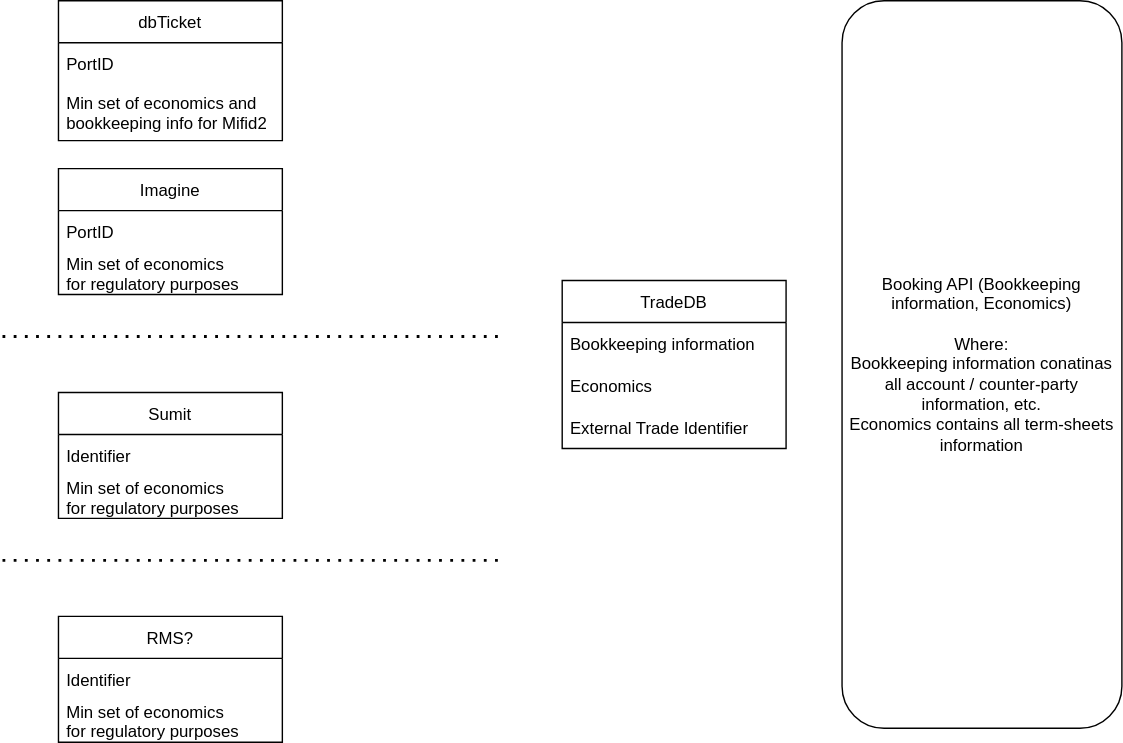
Before: Booking path.svg, a diagram exported from draw.io (Genst/Architecture). Source tidied: cells renumbered, new cells last; positions are measured from the earlier drawing's top-left corner, leaving out a move shared by most shapes. Source of this version:
```xml
<mxGraphModel>
  <root>
    <mxCell id="0" />
    <mxCell id="1" parent="0" />
    <mxCell id="2" value="Booking API (Bookkeeping information, Economics)&lt;br&gt;&lt;br&gt;Where:&lt;br&gt;Bookkeeping information conatinas all account / counter-party information, etc.&lt;br&gt;Economics contains all term-sheets information" style="rounded=1;whiteSpace=wrap;html=1;" parent="1" vertex="1">
      <mxGeometry x="600" width="200" height="520" as="geometry" />
    </mxCell>
    <mxCell id="3" value="TradeDB" style="swimlane;fontStyle=0;horizontal=1;startSize=30;" parent="1" vertex="1">
      <mxGeometry x="400" y="200" width="160" height="120" as="geometry" />
    </mxCell>
    <mxCell id="4" value="Bookkeeping information" style="text;strokeColor=none;fillColor=none;align=left;verticalAlign=middle;spacingLeft=4;spacingRight=4;overflow=hidden;" parent="3" vertex="1">
      <mxGeometry y="30" width="160" height="30" as="geometry" />
    </mxCell>
    <mxCell id="5" value="Economics" style="text;strokeColor=none;fillColor=none;align=left;verticalAlign=middle;spacingLeft=4;spacingRight=4;overflow=hidden;" parent="3" vertex="1">
      <mxGeometry y="60" width="160" height="30" as="geometry" />
    </mxCell>
    <mxCell id="6" value="External Trade Identifier" style="text;strokeColor=none;fillColor=none;align=left;verticalAlign=middle;spacingLeft=4;spacingRight=4;overflow=hidden;" parent="3" vertex="1">
      <mxGeometry y="90" width="160" height="30" as="geometry" />
    </mxCell>
    <mxCell id="7" value="dbTicket" style="swimlane;fontStyle=0;horizontal=1;startSize=30;" parent="1" vertex="1">
      <mxGeometry x="40" width="160" height="100" as="geometry" />
    </mxCell>
    <mxCell id="8" value="PortID" style="text;strokeColor=none;fillColor=none;align=left;verticalAlign=middle;spacingLeft=4;spacingRight=4;overflow=hidden;" parent="7" vertex="1">
      <mxGeometry y="30" width="160" height="30" as="geometry" />
    </mxCell>
    <mxCell id="9" value="Min set of economics and&#10;bookkeeping info for Mifid2" style="text;strokeColor=none;fillColor=none;align=left;verticalAlign=middle;spacingLeft=4;spacingRight=4;overflow=hidden;" parent="7" vertex="1">
      <mxGeometry y="60" width="160" height="40" as="geometry" />
    </mxCell>
    <mxCell id="10" value="Imagine" style="swimlane;fontStyle=0;horizontal=1;startSize=30;" parent="1" vertex="1">
      <mxGeometry x="40" y="120" width="160" height="90" as="geometry" />
    </mxCell>
    <mxCell id="11" value="PortID" style="text;strokeColor=none;fillColor=none;align=left;verticalAlign=middle;spacingLeft=4;spacingRight=4;overflow=hidden;points=[[0,0.5],[1,0.5]];portConstraint=eastwest;" parent="10" vertex="1">
      <mxGeometry y="30" width="160" height="30" as="geometry" />
    </mxCell>
    <mxCell id="12" value="Min set of economics&#10;for regulatory purposes" style="text;strokeColor=none;fillColor=none;align=left;verticalAlign=middle;spacingLeft=4;spacingRight=4;overflow=hidden;" parent="10" vertex="1">
      <mxGeometry y="60" width="160" height="30" as="geometry" />
    </mxCell>
    <mxCell id="13" style="endArrow=none;dashed=1;html=1;dashPattern=1 3;strokeWidth=2;rounded=0;" parent="1" edge="1">
      <mxGeometry relative="1" as="geometry">
        <mxPoint y="240" as="sourcePoint" />
        <mxPoint x="360" y="240" as="targetPoint" />
      </mxGeometry>
    </mxCell>
    <mxCell id="14" value="Sumit" style="swimlane;fontStyle=0;horizontal=1;startSize=30;" parent="1" vertex="1">
      <mxGeometry x="40" y="280" width="160" height="90" as="geometry" />
    </mxCell>
    <mxCell id="15" value="Identifier" style="text;strokeColor=none;fillColor=none;align=left;verticalAlign=middle;spacingLeft=4;spacingRight=4;overflow=hidden;" parent="14" vertex="1">
      <mxGeometry y="30" width="160" height="30" as="geometry" />
    </mxCell>
    <mxCell id="16" value="Min set of economics&#10;for regulatory purposes" style="text;strokeColor=none;fillColor=none;align=left;verticalAlign=middle;spacingLeft=4;spacingRight=4;overflow=hidden;" parent="14" vertex="1">
      <mxGeometry y="60" width="160" height="30" as="geometry" />
    </mxCell>
    <mxCell id="17" style="endArrow=none;dashed=1;html=1;dashPattern=1 3;strokeWidth=2;rounded=0;" parent="1" edge="1">
      <mxGeometry relative="1" as="geometry">
        <mxPoint y="400" as="sourcePoint" />
        <mxPoint x="360" y="400" as="targetPoint" />
      </mxGeometry>
    </mxCell>
    <mxCell id="18" value="RMS?" style="swimlane;fontStyle=0;horizontal=1;startSize=30;" parent="1" vertex="1">
      <mxGeometry x="40" y="440" width="160" height="90" as="geometry" />
    </mxCell>
    <mxCell id="19" value="Identifier" style="text;strokeColor=none;fillColor=none;align=left;verticalAlign=middle;spacingLeft=4;spacingRight=4;overflow=hidden;" parent="18" vertex="1">
      <mxGeometry y="30" width="160" height="30" as="geometry" />
    </mxCell>
    <mxCell id="20" value="Min set of economics&#10;for regulatory purposes" style="text;strokeColor=none;fillColor=none;align=left;verticalAlign=middle;spacingLeft=4;spacingRight=4;overflow=hidden;" parent="18" vertex="1">
      <mxGeometry y="60" width="160" height="30" as="geometry" />
    </mxCell>
  </root>
</mxGraphModel>
```
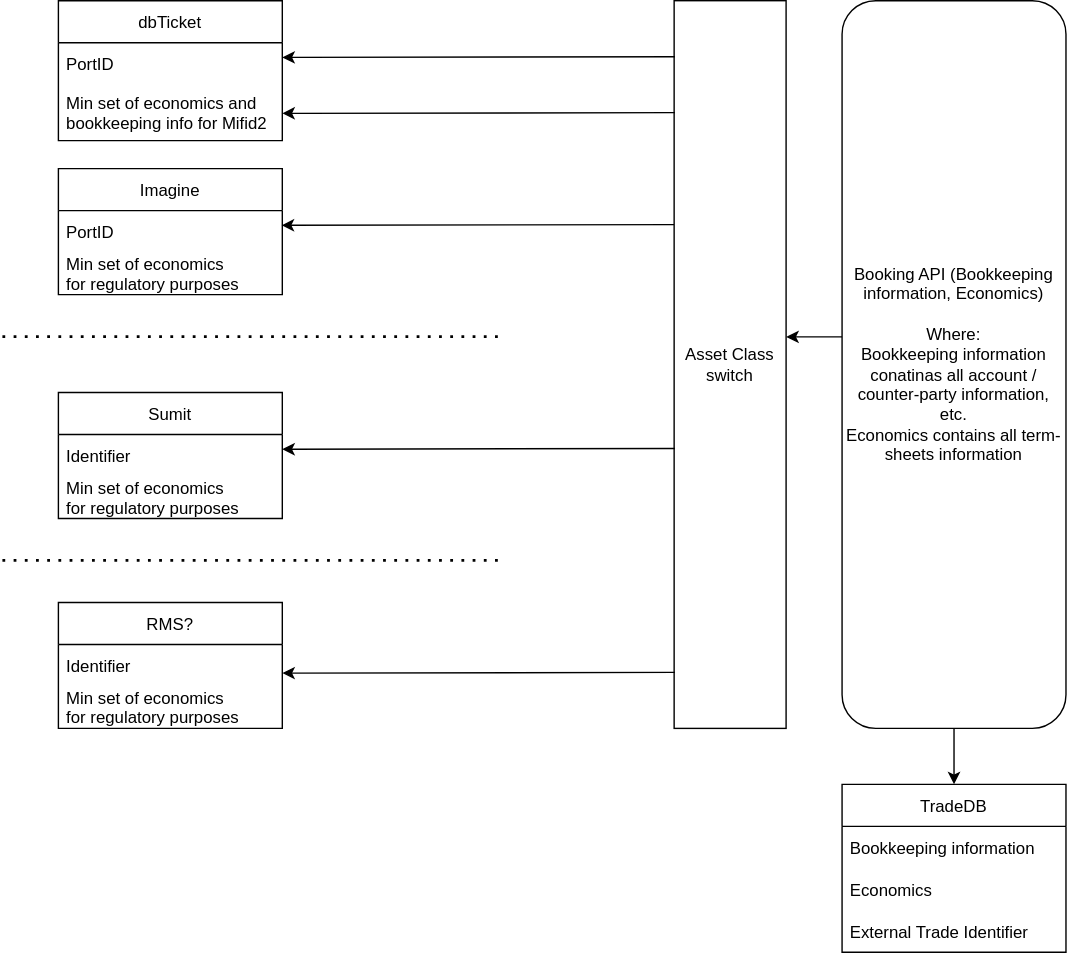
Above is the later version.

The edit, as a diff of the source:
```diff
@@ -3,10 +3,10 @@
     <mxCell id="0" />
     <mxCell id="1" parent="0" />
     <mxCell id="2" value="Booking API (Bookkeeping information, Economics)&lt;br&gt;&lt;br&gt;Where:&lt;br&gt;Bookkeeping information conatinas all account / counter-party information, etc.&lt;br&gt;Economics contains all term-sheets information" style="rounded=1;whiteSpace=wrap;html=1;" parent="1" vertex="1">
-      <mxGeometry x="600" width="200" height="520" as="geometry" />
+      <mxGeometry x="600" width="160" height="520" as="geometry" />
     </mxCell>
     <mxCell id="3" value="TradeDB" style="swimlane;fontStyle=0;horizontal=1;startSize=30;" parent="1" vertex="1">
-      <mxGeometry x="400" y="200" width="160" height="120" as="geometry" />
+      <mxGeometry x="600" y="560" width="160" height="120" as="geometry" />
     </mxCell>
     <mxCell id="4" value="Bookkeeping information" style="text;strokeColor=none;fillColor=none;align=left;verticalAlign=middle;spacingLeft=4;spacingRight=4;overflow=hidden;" parent="3" vertex="1">
       <mxGeometry y="30" width="160" height="30" as="geometry" />
@@ -57,7 +57,7 @@
       </mxGeometry>
     </mxCell>
     <mxCell id="18" value="RMS?" style="swimlane;fontStyle=0;horizontal=1;startSize=30;" parent="1" vertex="1">
-      <mxGeometry x="40" y="440" width="160" height="90" as="geometry" />
+      <mxGeometry x="40" y="430" width="160" height="90" as="geometry" />
     </mxCell>
     <mxCell id="19" value="Identifier" style="text;strokeColor=none;fillColor=none;align=left;verticalAlign=middle;spacingLeft=4;spacingRight=4;overflow=hidden;" parent="18" vertex="1">
       <mxGeometry y="30" width="160" height="30" as="geometry" />
@@ -65,5 +65,43 @@
     <mxCell id="20" value="Min set of economics&#10;for regulatory purposes" style="text;strokeColor=none;fillColor=none;align=left;verticalAlign=middle;spacingLeft=4;spacingRight=4;overflow=hidden;" parent="18" vertex="1">
       <mxGeometry y="60" width="160" height="30" as="geometry" />
     </mxCell>
+    <mxCell id="21" style="endArrow=classic;html=1;rounded=0;exitX=0.5;exitY=1;exitDx=0;exitDy=0;entryX=0.5;entryY=0;entryDx=0;entryDy=0;" parent="1" edge="1" source="2" target="3">
+      <mxGeometry relative="1" as="geometry" />
+    </mxCell>
+    <mxCell id="22" style="endArrow=classic;html=1;rounded=0;entryX=0.997;entryY=0.35;entryDx=0;entryDy=0;entryPerimeter=0;" parent="1" edge="1" target="11">
+      <mxGeometry relative="1" as="geometry">
+        <mxPoint x="480" y="160" as="sourcePoint" />
+      </mxGeometry>
+    </mxCell>
+    <mxCell id="23" value="Asset Class switch" style="rounded=0;whiteSpace=wrap;html=1;" parent="1" vertex="1">
+      <mxGeometry x="480" width="80" height="520" as="geometry" />
+    </mxCell>
+    <mxCell id="24" style="endArrow=classic;html=1;rounded=0;entryX=0.997;entryY=0.35;entryDx=0;entryDy=0;entryPerimeter=0;" parent="1" edge="1">
+      <mxGeometry relative="1" as="geometry">
+        <mxPoint x="480.5" y="80" as="sourcePoint" />
+        <mxPoint x="200" y="80.5" as="targetPoint" />
+      </mxGeometry>
+    </mxCell>
+    <mxCell id="25" style="endArrow=classic;html=1;rounded=0;entryX=0.997;entryY=0.35;entryDx=0;entryDy=0;entryPerimeter=0;" parent="1" edge="1">
+      <mxGeometry relative="1" as="geometry">
+        <mxPoint x="480.5" y="40" as="sourcePoint" />
+        <mxPoint x="200" y="40.5" as="targetPoint" />
+      </mxGeometry>
+    </mxCell>
+    <mxCell id="26" style="endArrow=classic;html=1;rounded=0;entryX=0.997;entryY=0.35;entryDx=0;entryDy=0;entryPerimeter=0;" parent="1" edge="1">
+      <mxGeometry relative="1" as="geometry">
+        <mxPoint x="480.5" y="320" as="sourcePoint" />
+        <mxPoint x="200" y="320.5" as="targetPoint" />
+      </mxGeometry>
+    </mxCell>
+    <mxCell id="27" style="endArrow=classic;html=1;rounded=0;entryX=0.997;entryY=0.35;entryDx=0;entryDy=0;entryPerimeter=0;" parent="1" edge="1">
+      <mxGeometry relative="1" as="geometry">
+        <mxPoint x="480.5" y="480" as="sourcePoint" />
+        <mxPoint x="200" y="480.5" as="targetPoint" />
+      </mxGeometry>
+    </mxCell>
+    <mxCell id="28" style="endArrow=classic;html=1;rounded=0;entryX=1.001;entryY=0.462;entryDx=0;entryDy=0;entryPerimeter=0;exitX=0;exitY=0.462;exitDx=0;exitDy=0;exitPerimeter=0;" parent="1" edge="1" source="2" target="23">
+      <mxGeometry relative="1" as="geometry" />
+    </mxCell>
   </root>
 </mxGraphModel>
```
